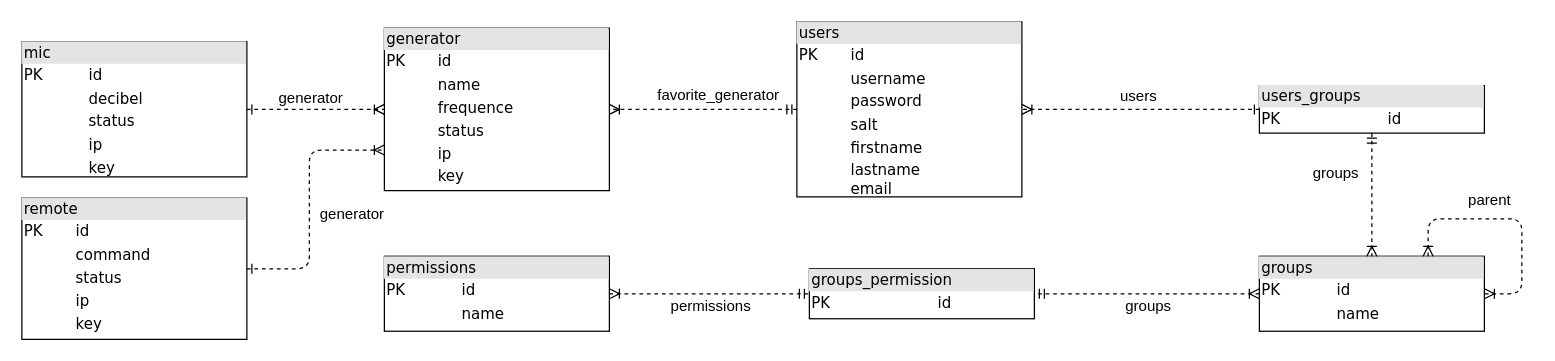
Before: design/db_base.drawio in giuliobosco/freqline, a draw.io diagram. Source tidied: cells renumbered, new cells numbered last; positions are measured from the earlier drawing's top-left corner, leaving out a move shared by most shapes. Both pictures are drawn from the tidied source at 125%, with x=0, y=0 at pixel (21, 21).
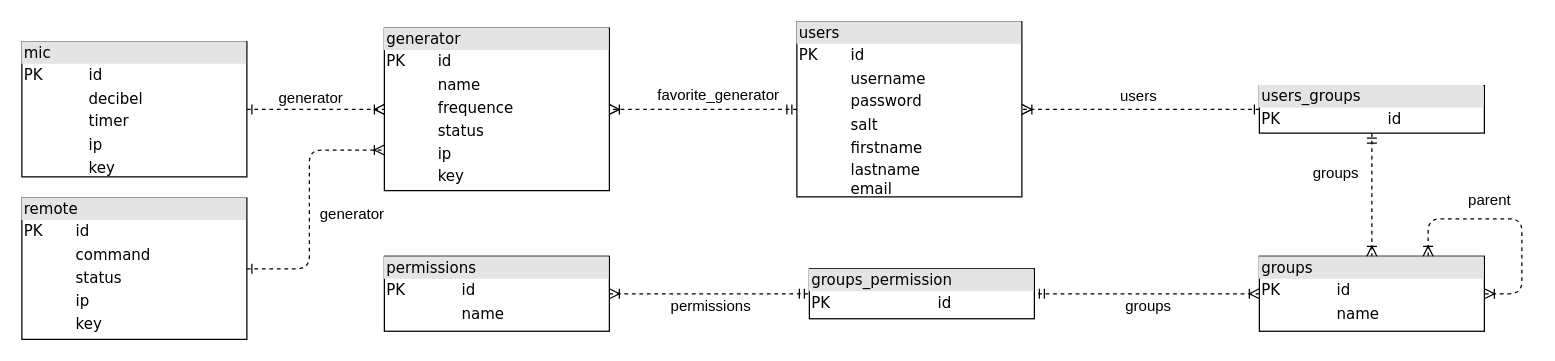
The same diagram, later.

The edit, as a diff of the source:
```diff
@@
-    <mxCell id="20" value="&lt;div style=&quot;box-sizing: border-box ; width: 100% ; background: #e4e4e4 ; padding: 2px&quot;&gt;mic&lt;/div&gt;&lt;table style=&quot;width: 100% ; font-size: 1em&quot; cellpadding=&quot;2&quot; cellspacing=&quot;0&quot;&gt;&lt;tbody&gt;&lt;tr&gt;&lt;td&gt;PK&lt;/td&gt;&lt;td&gt;id&lt;/td&gt;&lt;/tr&gt;&lt;tr&gt;&lt;td&gt;&lt;/td&gt;&lt;td&gt;decibel&lt;br&gt;&lt;/td&gt;&lt;/tr&gt;&lt;tr&gt;&lt;td&gt;&lt;br&gt;&lt;/td&gt;&lt;td&gt;status&lt;br&gt;&lt;/td&gt;&lt;/tr&gt;&lt;tr&gt;&lt;td&gt;&lt;br&gt;&lt;/td&gt;&lt;td&gt;ip&lt;br&gt;&lt;/td&gt;&lt;/tr&gt;&lt;tr&gt;&lt;td&gt;&lt;br&gt;&lt;/td&gt;&lt;td&gt;key&lt;/td&gt;&lt;/tr&gt;&lt;/tbody&gt;&lt;/table&gt;" style="verticalAlign=top;align=left;overflow=fill;html=1;rounded=0;shadow=0;comic=0;labelBackgroundColor=none;strokeColor=#000000;strokeWidth=1;fillColor=#ffffff;fontFamily=Verdana;fontSize=12;fontColor=#000000;" parent="1" vertex="1">
+    <mxCell id="20" value="&lt;div style=&quot;box-sizing: border-box ; width: 100% ; background: #e4e4e4 ; padding: 2px&quot;&gt;mic&lt;/div&gt;&lt;table style=&quot;width: 100% ; font-size: 1em&quot; cellpadding=&quot;2&quot; cellspacing=&quot;0&quot;&gt;&lt;tbody&gt;&lt;tr&gt;&lt;td&gt;PK&lt;/td&gt;&lt;td&gt;id&lt;/td&gt;&lt;/tr&gt;&lt;tr&gt;&lt;td&gt;&lt;/td&gt;&lt;td&gt;decibel&lt;br&gt;&lt;/td&gt;&lt;/tr&gt;&lt;tr&gt;&lt;td&gt;&lt;br&gt;&lt;/td&gt;&lt;td&gt;timer&lt;br&gt;&lt;/td&gt;&lt;/tr&gt;&lt;tr&gt;&lt;td&gt;&lt;br&gt;&lt;/td&gt;&lt;td&gt;ip&lt;br&gt;&lt;/td&gt;&lt;/tr&gt;&lt;tr&gt;&lt;td&gt;&lt;br&gt;&lt;/td&gt;&lt;td&gt;key&lt;/td&gt;&lt;/tr&gt;&lt;/tbody&gt;&lt;/table&gt;" style="verticalAlign=top;align=left;overflow=fill;html=1;rounded=0;shadow=0;comic=0;labelBackgroundColor=none;strokeColor=#000000;strokeWidth=1;fillColor=#ffffff;fontFamily=Verdana;fontSize=12;fontColor=#000000;" parent="1" vertex="1">
       <mxGeometry y="16" width="180" height="108" as="geometry" />
     </mxCell>
```
